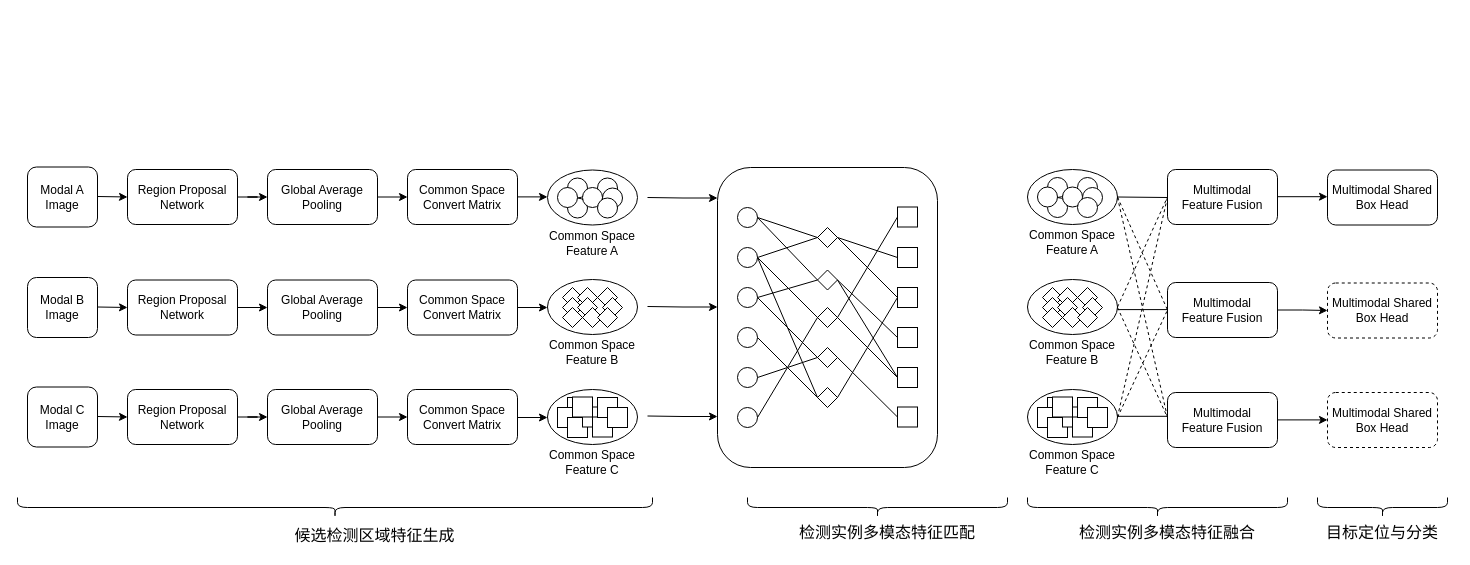
Above: 多视角多模态目标检测3模态案例.drawio in thb1314/for_draw_io (draw.io), before the change. Source tidied: cells renumbered, new cells numbered last; positions are measured from the earlier drawing's top-left corner, leaving out a move shared by most shapes. Both pictures are drawn from the tidied source at 100%, with x=0, y=0 at pixel (27, 167).
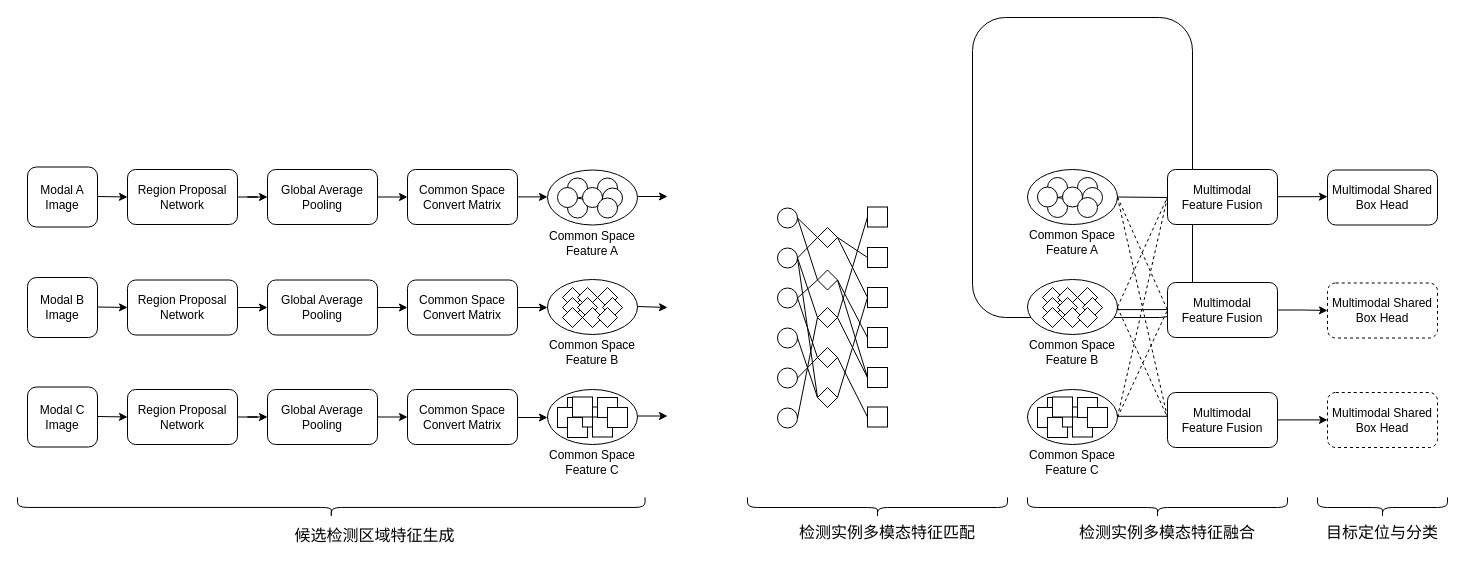
Above is the later version.

Commit message (it also covers changes not shown here):
更新多视角多模态目标检测3模态案例.drawio

The change refers to these unchanged cells:
```xml
<mxCell id="53" style="rhombus;whiteSpace=wrap;html=1;" parent="1" vertex="1">
  <mxGeometry x="790" y="60" width="20" height="20" as="geometry" />
</mxCell>
```

Diff of the diagram source:
```diff
@@
     <mxCell id="2" style="rounded=1;whiteSpace=wrap;html=1;fillColor=none;" parent="1" vertex="1">
-      <mxGeometry x="690" width="220" height="300" as="geometry" />
+      <mxGeometry x="945" y="-150" width="220" height="300" as="geometry" />
     </mxCell>
@@
     <mxCell id="7" style="ellipse;whiteSpace=wrap;html=1;" parent="1" vertex="1">
-      <mxGeometry x="710" y="40" width="20" height="20" as="geometry" />
+      <mxGeometry x="750" y="40.5" width="20" height="20" as="geometry" />
     </mxCell>
@@
     <mxCell id="28" style="edgeStyle=orthogonalEdgeStyle;rounded=0;orthogonalLoop=1;jettySize=auto;html=1;" parent="1" edge="1">
       <mxGeometry relative="1" as="geometry">
-        <mxPoint x="620" y="248.5" as="sourcePoint" />
-        <mxPoint x="690" y="249" as="targetPoint" />
+        <mxPoint x="610" y="248.5" as="sourcePoint" />
+        <mxPoint x="640" y="249" as="targetPoint" />
       </mxGeometry>
     </mxCell>
@@
     <mxCell id="48" style="ellipse;whiteSpace=wrap;html=1;" parent="1" vertex="1">
-      <mxGeometry x="710" y="80" width="20" height="20" as="geometry" />
+      <mxGeometry x="750" y="80.5" width="20" height="20" as="geometry" />
     </mxCell>
     <mxCell id="49" style="ellipse;whiteSpace=wrap;html=1;" parent="1" vertex="1">
-      <mxGeometry x="710" y="120" width="20" height="20" as="geometry" />
+      <mxGeometry x="750" y="120.5" width="20" height="20" as="geometry" />
     </mxCell>
     <mxCell id="50" style="ellipse;whiteSpace=wrap;html=1;" parent="1" vertex="1">
-      <mxGeometry x="710" y="160" width="20" height="20" as="geometry" />
+      <mxGeometry x="750" y="160.5" width="20" height="20" as="geometry" />
     </mxCell>
     <mxCell id="51" style="ellipse;whiteSpace=wrap;html=1;" parent="1" vertex="1">
-      <mxGeometry x="710" y="200" width="20" height="20" as="geometry" />
+      <mxGeometry x="750" y="200.5" width="20" height="20" as="geometry" />
     </mxCell>
     <mxCell id="52" style="ellipse;whiteSpace=wrap;html=1;" parent="1" vertex="1">
-      <mxGeometry x="710" y="240" width="20" height="20" as="geometry" />
+      <mxGeometry x="750" y="240.5" width="20" height="20" as="geometry" />
     </mxCell>
@@
     <mxCell id="58" style="whiteSpace=wrap;html=1;" parent="1" vertex="1">
-      <mxGeometry x="870" y="39.5" width="20" height="20" as="geometry" />
+      <mxGeometry x="840" y="39.5" width="20" height="20" as="geometry" />
     </mxCell>
     <mxCell id="59" style="whiteSpace=wrap;html=1;" parent="1" vertex="1">
-      <mxGeometry x="870" y="80" width="20" height="20" as="geometry" />
+      <mxGeometry x="840" y="80" width="20" height="20" as="geometry" />
     </mxCell>
     <mxCell id="60" style="whiteSpace=wrap;html=1;" parent="1" vertex="1">
-      <mxGeometry x="870" y="120" width="20" height="20" as="geometry" />
+      <mxGeometry x="840" y="120" width="20" height="20" as="geometry" />
     </mxCell>
     <mxCell id="61" style="whiteSpace=wrap;html=1;" parent="1" vertex="1">
-      <mxGeometry x="870" y="160" width="20" height="20" as="geometry" />
+      <mxGeometry x="840" y="160" width="20" height="20" as="geometry" />
     </mxCell>
     <mxCell id="62" style="whiteSpace=wrap;html=1;" parent="1" vertex="1">
-      <mxGeometry x="870" y="200" width="20" height="20" as="geometry" />
+      <mxGeometry x="840" y="200" width="20" height="20" as="geometry" />
     </mxCell>
     <mxCell id="63" style="whiteSpace=wrap;html=1;" parent="1" vertex="1">
-      <mxGeometry x="870" y="239.5" width="20" height="20" as="geometry" />
+      <mxGeometry x="840" y="239.5" width="20" height="20" as="geometry" />
     </mxCell>
@@
-    <mxCell id="73" style="endArrow=none;html=1;rounded=0;exitX=1;exitY=0.5;exitDx=0;exitDy=0;entryX=0;entryY=0.5;entryDx=0;entryDy=0;" parent="1" edge="1">
+    <mxCell id="73" style="endArrow=none;html=1;rounded=0;exitX=1;exitY=0.5;exitDx=0;exitDy=0;entryX=0;entryY=0.5;entryDx=0;entryDy=0;" parent="1" edge="1" target="59">
       <mxGeometry relative="1" as="geometry">
         <mxPoint x="810" y="70" as="sourcePoint" />
-        <mxPoint x="870" y="90" as="targetPoint" />
       </mxGeometry>
     </mxCell>
@@
-    <mxCell id="78" style="endArrow=none;html=1;rounded=0;exitX=1;exitY=0.5;exitDx=0;exitDy=0;" parent="1" edge="1">
+    <mxCell id="78" style="endArrow=none;html=1;rounded=0;exitX=1;exitY=0.5;exitDx=0;exitDy=0;entryX=0;entryY=0.5;entryDx=0;entryDy=0;" parent="1" edge="1" target="62">
       <mxGeometry relative="1" as="geometry">
         <mxPoint x="810" y="150" as="sourcePoint" />
-        <mxPoint x="870" y="210" as="targetPoint" />
       </mxGeometry>
     </mxCell>
-    <mxCell id="79" style="endArrow=none;html=1;rounded=0;exitX=1;exitY=0.5;exitDx=0;exitDy=0;" parent="1" edge="1" source="53">
-      <mxGeometry relative="1" as="geometry">
-        <mxPoint x="870" y="130" as="targetPoint" />
-      </mxGeometry>
+    <mxCell id="79" style="endArrow=none;html=1;rounded=0;exitX=1;exitY=0.5;exitDx=0;exitDy=0;entryX=0;entryY=0.5;entryDx=0;entryDy=0;" parent="1" edge="1" source="53" target="60">
+      <mxGeometry relative="1" as="geometry" />
     </mxCell>
-    <mxCell id="80" style="endArrow=none;html=1;rounded=0;exitX=1;exitY=0.5;exitDx=0;exitDy=0;" parent="1" edge="1">
+    <mxCell id="80" style="endArrow=none;html=1;rounded=0;exitX=1;exitY=0.5;exitDx=0;exitDy=0;entryX=0;entryY=0.5;entryDx=0;entryDy=0;" parent="1" edge="1" target="62">
       <mxGeometry relative="1" as="geometry">
         <mxPoint x="810" y="112.5" as="sourcePoint" />
-        <mxPoint x="870" y="210" as="targetPoint" />
       </mxGeometry>
     </mxCell>
@@
     <mxCell id="130" style="shape=curlyBracket;whiteSpace=wrap;html=1;rounded=1;flipH=1;labelPosition=right;verticalLabelPosition=middle;align=left;verticalAlign=middle;rotation=90;" parent="1" vertex="1">
-      <mxGeometry x="297.5" y="22.5" width="20" height="635" as="geometry" />
+      <mxGeometry x="293.8" y="26.2" width="20" height="627.5" as="geometry" />
     </mxCell>
@@
     <mxCell id="134" style="edgeStyle=orthogonalEdgeStyle;rounded=0;orthogonalLoop=1;jettySize=auto;html=1;" parent="1" edge="1">
       <mxGeometry relative="1" as="geometry">
-        <mxPoint x="620" y="30" as="sourcePoint" />
-        <mxPoint x="690" y="30.5" as="targetPoint" />
+        <mxPoint x="610" y="29" as="sourcePoint" />
+        <mxPoint x="640" y="29" as="targetPoint" />
       </mxGeometry>
     </mxCell>
@@
     <mxCell id="150" style="edgeStyle=orthogonalEdgeStyle;rounded=0;orthogonalLoop=1;jettySize=auto;html=1;" parent="1" edge="1">
       <mxGeometry relative="1" as="geometry">
-        <mxPoint x="620" y="139" as="sourcePoint" />
-        <mxPoint x="690" y="139.5" as="targetPoint" />
+        <mxPoint x="610" y="139" as="sourcePoint" />
+        <mxPoint x="640" y="140" as="targetPoint" />
+        <Array as="points">
+          <mxPoint x="640" y="139" />
+        </Array>
       </mxGeometry>
     </mxCell>
```
